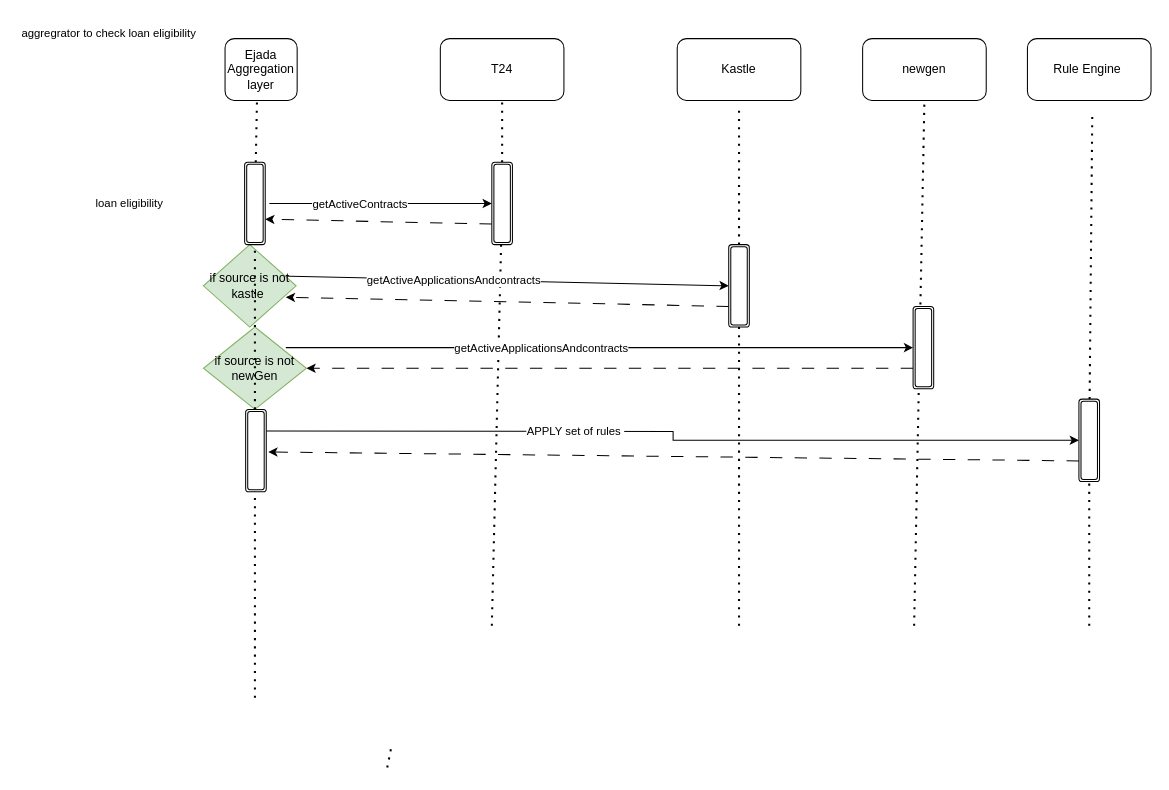
Before: page "aggregrator" (3 of 4) of lead flow.drawio in MHosnii/DrawIo, a draw.io diagram. Source tidied: cells renumbered, new cells numbered last; positions are measured from the earlier drawing's top-left corner, leaving out a move shared by most shapes. Both pictures are drawn from the tidied source at 103%, with x=0, y=0 at pixel (18, 18).
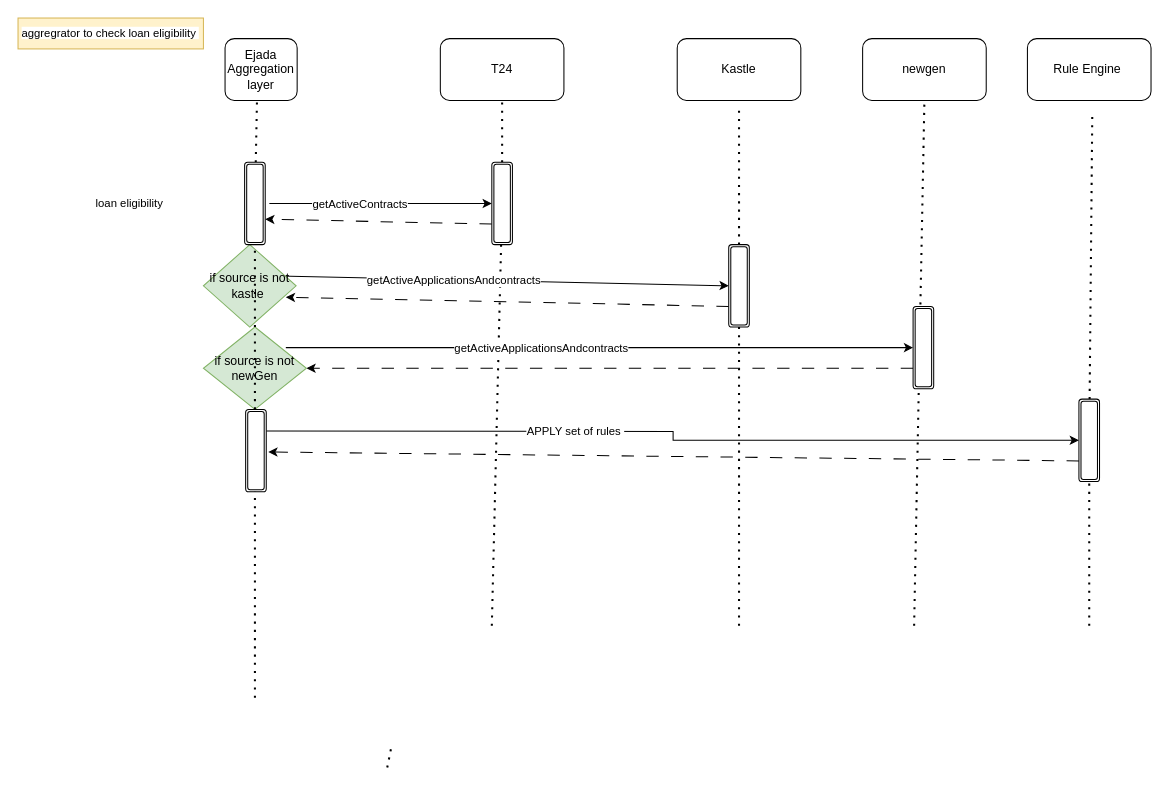
Above is the later version.

What changed in the source:
```diff
@@
-    <mxCell id="23" value="&lt;span style=&quot;font-size: 11px; text-wrap: nowrap; background-color: rgb(255, 255, 255);&quot;&gt;aggregrator to check loan eligibility&amp;nbsp;&lt;/span&gt;" style="text;html=1;align=center;verticalAlign=middle;whiteSpace=wrap;rounded=0;" parent="1" vertex="1">
+    <mxCell id="23" value="&lt;span style=&quot;font-size: 11px; text-wrap: nowrap; background-color: rgb(255, 255, 255);&quot;&gt;aggregrator to check loan eligibility&amp;nbsp;&lt;/span&gt;" style="text;html=1;align=center;verticalAlign=middle;whiteSpace=wrap;rounded=0;fillColor=#fff2cc;strokeColor=#d6b656;" parent="1" vertex="1">
       <mxGeometry width="180" height="30" as="geometry" />
     </mxCell>
```
